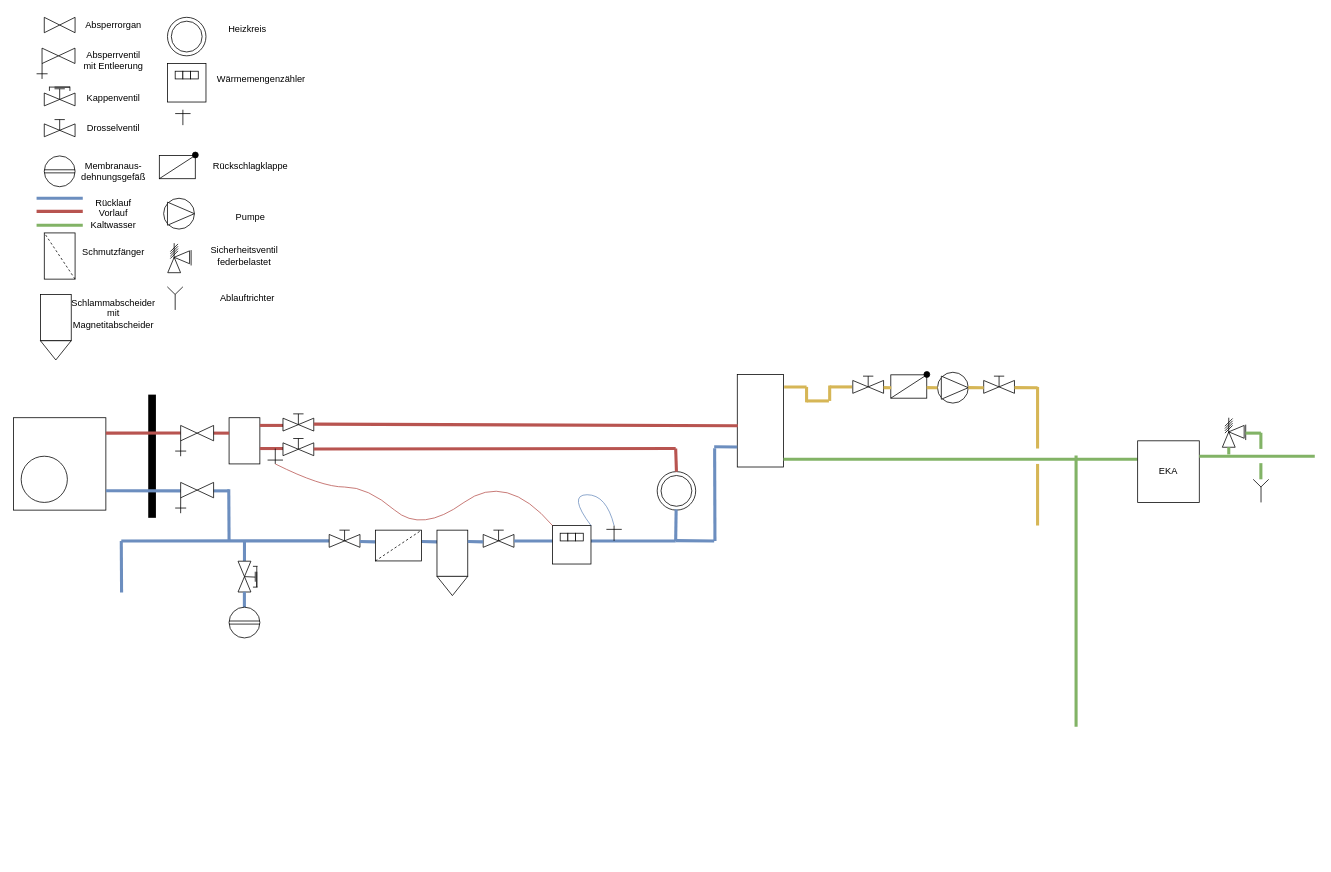
Before: hydraulik.drawio in eddi0815/socket2, a draw.io diagram. Source tidied: cells renumbered, new cells numbered last; positions are measured from the earlier drawing's top-left corner, leaving out a move shared by most shapes. Both pictures are drawn from the tidied source at 77%, with x=0, y=0 at pixel (13, 13).
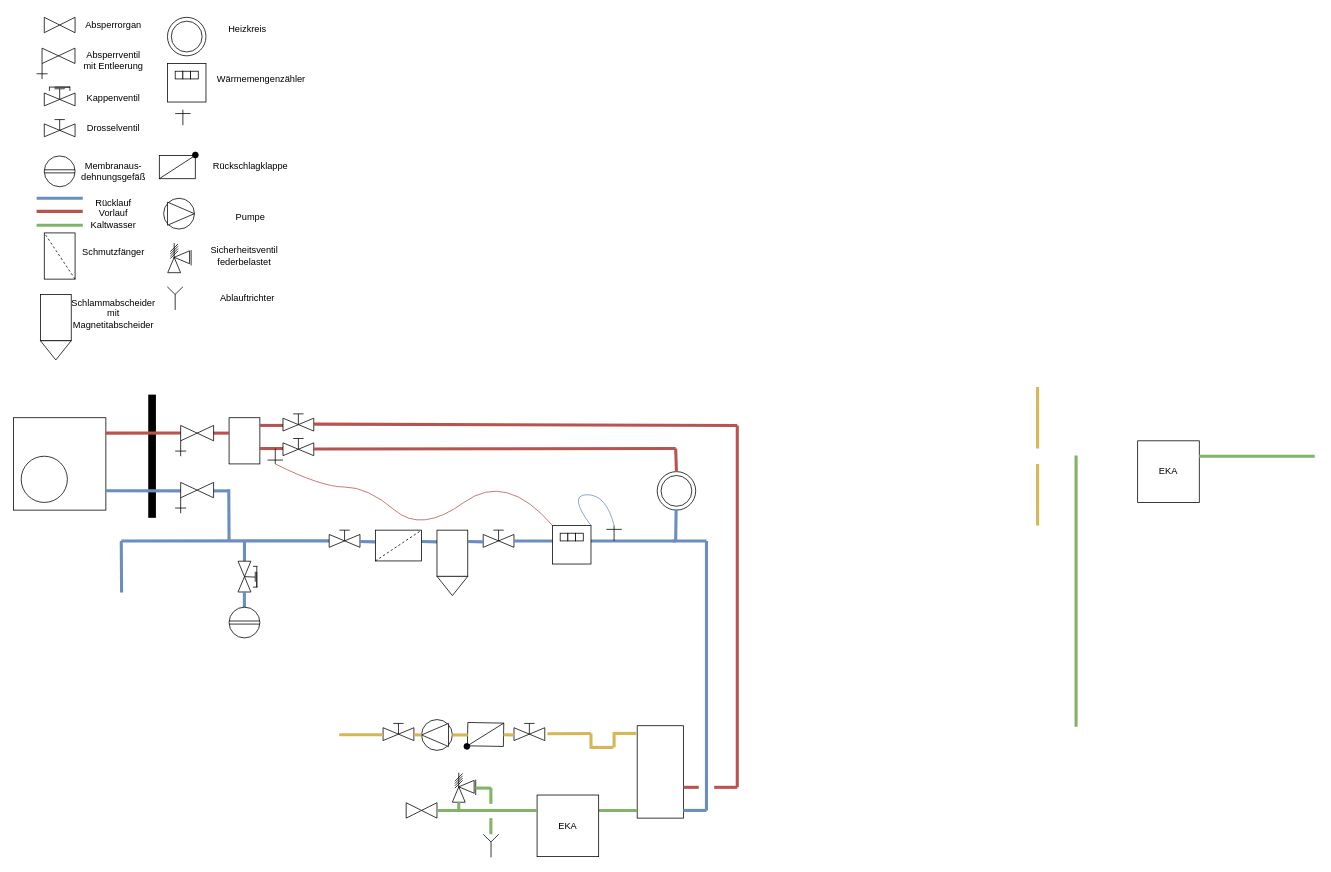
The same page after the edit.

The change refers to these unchanged cells:
```xml
<mxCell id="183" style="triangle;whiteSpace=wrap;html=1;rotation=-180;" parent="181" vertex="1">
  <mxGeometry x="20" width="20" height="16.7" as="geometry" />
</mxCell>
```

Diff of the diagram source:
```diff
@@
     <mxCell id="121" style="rounded=0;whiteSpace=wrap;html=1;rotation=90;" parent="1" vertex="1">
-      <mxGeometry x="910" y="499" width="120" height="60" as="geometry" />
+      <mxGeometry x="780" y="955" width="120" height="60" as="geometry" />
     </mxCell>
-    <mxCell id="122" style="endArrow=none;html=1;rounded=0;jumpSize=6;strokeWidth=4;fillColor=#f8cecc;strokeColor=#b85450;entryX=0.554;entryY=0.988;entryDx=0;entryDy=0;entryPerimeter=0;" parent="1" edge="1" target="121">
+    <mxCell id="122" style="endArrow=none;html=1;rounded=0;jumpSize=6;strokeWidth=4;fillColor=#f8cecc;strokeColor=#b85450;" parent="1" edge="1">
       <mxGeometry relative="1" as="geometry">
         <mxPoint x="390" y="533.3" as="sourcePoint" />
+        <mxPoint x="940" y="535" as="targetPoint" />
       </mxGeometry>
     </mxCell>
     <mxCell id="123" style="endArrow=none;html=1;rounded=0;jumpSize=6;strokeWidth=4;fillColor=#dae8fc;strokeColor=#6c8ebf;" parent="1" edge="1">
       <mxGeometry relative="1" as="geometry">
-        <mxPoint x="911" y="685" as="sourcePoint" />
-        <mxPoint x="910.6" y="564.5" as="targetPoint" />
+        <mxPoint x="900" y="1035" as="sourcePoint" />
+        <mxPoint x="900" y="685" as="targetPoint" />
       </mxGeometry>
     </mxCell>
-    <mxCell id="124" style="endArrow=none;html=1;rounded=0;jumpSize=6;strokeWidth=4;fillColor=#dae8fc;strokeColor=#6c8ebf;" parent="1" edge="1">
-      <mxGeometry relative="1" as="geometry">
-        <mxPoint x="860" y="684.6" as="sourcePoint" />
-        <mxPoint x="910" y="685" as="targetPoint" />
-      </mxGeometry>
-    </mxCell>
-    <mxCell id="125" style="endArrow=none;html=1;rounded=0;jumpSize=6;strokeWidth=4;fillColor=#dae8fc;strokeColor=#6c8ebf;" parent="1" edge="1">
-      <mxGeometry relative="1" as="geometry">
-        <mxPoint x="910" y="562.7" as="sourcePoint" />
-        <mxPoint x="940" y="563" as="targetPoint" />
-      </mxGeometry>
-    </mxCell>
@@
     <mxCell id="127" style="endArrow=none;html=1;rounded=0;jumpSize=6;strokeWidth=4;fillColor=#d5e8d4;strokeColor=#82b366;" parent="1" edge="1">
       <mxGeometry relative="1" as="geometry">
-        <mxPoint x="1000" y="579" as="sourcePoint" />
-        <mxPoint x="1460" y="579" as="targetPoint" />
+        <mxPoint x="760" y="1035" as="sourcePoint" />
+        <mxPoint x="810" y="1035" as="targetPoint" />
       </mxGeometry>
     </mxCell>
@@
-    <mxCell id="172" style="endArrow=none;html=1;rounded=0;jumpSize=6;strokeWidth=4;fillColor=#fff2cc;strokeColor=#d6b656;entryX=0.134;entryY=-0.015;entryDx=0;entryDy=0;entryPerimeter=0;" parent="1" edge="1" target="121">
-      <mxGeometry relative="1" as="geometry">
-        <mxPoint x="1030" y="485" as="sourcePoint" />
-      </mxGeometry>
-    </mxCell>
     <mxCell id="173" style="group;" parent="1" vertex="1">
-      <mxGeometry x="1090" y="471" width="40" height="22.2" as="geometry" />
+      <mxGeometry x="480" y="922" width="40" height="22.2" as="geometry" />
     </mxCell>
@@
     <mxCell id="180" style="group;" parent="1" vertex="1">
-      <mxGeometry x="1260" y="471" width="40" height="22.2" as="geometry" />
+      <mxGeometry x="650" y="922" width="40" height="22.2" as="geometry" />
     </mxCell>
@@
-    <mxCell id="193" style="group;" parent="1" vertex="1">
-      <mxGeometry x="1140" y="465" width="50" height="35" as="geometry" />
+    <mxCell id="193" style="group;rotation=-179;" parent="1" vertex="1">
+      <mxGeometry x="585" y="921" width="50" height="35" as="geometry" />
     </mxCell>
-    <mxCell id="194" style="group;rotation=0;" parent="193" vertex="1">
-      <mxGeometry y="3.9" width="45.5" height="31.1" as="geometry" />
+    <mxCell id="194" style="group;rotation=-179;" parent="193" vertex="1">
+      <mxGeometry x="5" width="45.5" height="31.1" as="geometry" />
     </mxCell>
-    <mxCell id="195" style="rounded=0;whiteSpace=wrap;html=1;rotation=90;" parent="194" vertex="1">
-      <mxGeometry x="7.6" y="-7.8" width="30.3" height="46.7" as="geometry" />
+    <mxCell id="195" style="rounded=0;whiteSpace=wrap;html=1;rotation=-89;" parent="194" vertex="1">
+      <mxGeometry x="8" y="-8" width="30.3" height="46.7" as="geometry" />
     </mxCell>
@@
-    <mxCell id="197" style="ellipse;whiteSpace=wrap;html=1;fillColor=#000000;" parent="193" vertex="1">
-      <mxGeometry x="42.4" width="7.6" height="7.6" as="geometry" />
+    <mxCell id="197" style="ellipse;whiteSpace=wrap;html=1;fillColor=#000000;rotation=-179;" parent="193" vertex="1">
+      <mxGeometry y="27" width="7.6" height="7.6" as="geometry" />
     </mxCell>
@@
-    <mxCell id="202" style="group;" parent="1" vertex="1">
-      <mxGeometry x="1200" y="466" width="40" height="40" as="geometry" />
+    <mxCell id="202" style="group;rotation=-180;" parent="1" vertex="1">
+      <mxGeometry x="530" y="917" width="40" height="40" as="geometry" />
     </mxCell>
-    <mxCell id="203" style="ellipse;whiteSpace=wrap;html=1;" parent="202" vertex="1">
+    <mxCell id="203" style="ellipse;whiteSpace=wrap;html=1;rotation=-180;" parent="202" vertex="1">
       <mxGeometry width="40" height="40" as="geometry" />
     </mxCell>
-    <mxCell id="204" style="triangle;whiteSpace=wrap;html=1;" parent="202" vertex="1">
-      <mxGeometry x="5" y="5" width="35" height="30" as="geometry" />
+    <mxCell id="204" style="triangle;whiteSpace=wrap;html=1;rotation=-180;" parent="202" vertex="1">
+      <mxGeometry y="5" width="35" height="30" as="geometry" />
     </mxCell>
-    <mxCell id="205" style="endArrow=none;html=1;rounded=0;jumpSize=6;strokeWidth=4;fillColor=#fff2cc;strokeColor=#d6b656;" parent="1" edge="1">
-      <mxGeometry relative="1" as="geometry">
-        <mxPoint x="1030" y="505" as="sourcePoint" />
-        <mxPoint x="1030" y="485" as="targetPoint" />
-      </mxGeometry>
-    </mxCell>
-    <mxCell id="206" style="endArrow=none;html=1;rounded=0;jumpSize=6;strokeWidth=4;fillColor=#fff2cc;strokeColor=#d6b656;" parent="1" edge="1">
-      <mxGeometry relative="1" as="geometry">
-        <mxPoint x="1060" y="503.2" as="sourcePoint" />
-        <mxPoint x="1060" y="483.2" as="targetPoint" />
-      </mxGeometry>
-    </mxCell>
-    <mxCell id="207" style="endArrow=none;html=1;rounded=0;jumpSize=6;strokeWidth=4;fillColor=#fff2cc;strokeColor=#d6b656;entryX=0.134;entryY=-0.015;entryDx=0;entryDy=0;entryPerimeter=0;" parent="1" edge="1">
-      <mxGeometry relative="1" as="geometry">
-        <mxPoint x="1089" y="485" as="sourcePoint" />
-        <mxPoint x="1060" y="485" as="targetPoint" />
-      </mxGeometry>
-    </mxCell>
-    <mxCell id="208" style="endArrow=none;html=1;rounded=0;jumpSize=6;strokeWidth=4;fillColor=#fff2cc;strokeColor=#d6b656;entryX=0.134;entryY=-0.015;entryDx=0;entryDy=0;entryPerimeter=0;" parent="1" edge="1">
-      <mxGeometry relative="1" as="geometry">
-        <mxPoint x="1059" y="503.2" as="sourcePoint" />
-        <mxPoint x="1030" y="503.2" as="targetPoint" />
-      </mxGeometry>
-    </mxCell>
     <mxCell id="209" style="endArrow=none;html=1;rounded=0;jumpSize=6;strokeWidth=4;fillColor=#fff2cc;strokeColor=#d6b656;entryX=0.134;entryY=-0.015;entryDx=0;entryDy=0;entryPerimeter=0;" parent="1" edge="1">
       <mxGeometry relative="1" as="geometry">
-        <mxPoint x="1140" y="486" as="sourcePoint" />
-        <mxPoint x="1130" y="485.9" as="targetPoint" />
+        <mxPoint x="530" y="937" as="sourcePoint" />
+        <mxPoint x="520" y="936.8" as="targetPoint" />
       </mxGeometry>
     </mxCell>
-    <mxCell id="210" style="endArrow=none;html=1;rounded=0;jumpSize=6;strokeWidth=4;fillColor=#fff2cc;strokeColor=#d6b656;entryX=0.134;entryY=-0.015;entryDx=0;entryDy=0;entryPerimeter=0;" parent="1" edge="1">
+    <mxCell id="210" style="endArrow=none;html=1;rounded=0;jumpSize=6;strokeWidth=4;fillColor=#fff2cc;strokeColor=#d6b656;entryX=0;entryY=0.5;entryDx=0;entryDy=0;" parent="1" edge="1" target="203">
       <mxGeometry relative="1" as="geometry">
-        <mxPoint x="1200" y="486" as="sourcePoint" />
-        <mxPoint x="1186" y="485.9" as="targetPoint" />
+        <mxPoint x="590" y="937" as="sourcePoint" />
       </mxGeometry>
     </mxCell>
-    <mxCell id="211" style="endArrow=none;html=1;rounded=0;jumpSize=6;strokeWidth=4;fillColor=#fff2cc;strokeColor=#d6b656;entryX=0.134;entryY=-0.015;entryDx=0;entryDy=0;entryPerimeter=0;" parent="1" edge="1">
+    <mxCell id="211" style="endArrow=none;html=1;rounded=0;jumpSize=6;strokeWidth=4;fillColor=#fff2cc;strokeColor=#d6b656;" parent="1" edge="1" target="195">
       <mxGeometry relative="1" as="geometry">
-        <mxPoint x="1260" y="486" as="sourcePoint" />
-        <mxPoint x="1240" y="485.9" as="targetPoint" />
+        <mxPoint x="650" y="937" as="sourcePoint" />
       </mxGeometry>
     </mxCell>
-    <mxCell id="212" style="endArrow=none;html=1;rounded=0;jumpSize=6;strokeWidth=4;fillColor=#fff2cc;strokeColor=#d6b656;entryX=0.134;entryY=-0.015;entryDx=0;entryDy=0;entryPerimeter=0;" parent="1" edge="1">
-      <mxGeometry relative="1" as="geometry">
-        <mxPoint x="1330" y="486" as="sourcePoint" />
-        <mxPoint x="1300" y="485.9" as="targetPoint" />
-      </mxGeometry>
-    </mxCell>
@@
     <mxCell id="227" style="group;" parent="1" vertex="1">
-      <mxGeometry x="1570" y="525" width="30.3" height="38.3" as="geometry" />
+      <mxGeometry x="570" y="986" width="30.3" height="38.3" as="geometry" />
     </mxCell>
@@
     <mxCell id="237" style="endArrow=none;html=1;rounded=0;jumpSize=6;strokeWidth=4;fillColor=#d5e8d4;strokeColor=#82b366;" parent="1" edge="1">
       <mxGeometry relative="1" as="geometry">
-        <mxPoint x="1620" y="605" as="sourcePoint" />
-        <mxPoint x="1620" y="584" as="targetPoint" />
+        <mxPoint x="620" y="1066" as="sourcePoint" />
+        <mxPoint x="620" y="1045" as="targetPoint" />
       </mxGeometry>
     </mxCell>
     <mxCell id="238" style="endArrow=none;html=1;rounded=0;jumpSize=6;strokeWidth=4;fillColor=#d5e8d4;strokeColor=#82b366;" parent="1" edge="1">
       <mxGeometry relative="1" as="geometry">
-        <mxPoint x="1620" y="565.5" as="sourcePoint" />
-        <mxPoint x="1620" y="544.5" as="targetPoint" />
+        <mxPoint x="620" y="1026.5" as="sourcePoint" />
+        <mxPoint x="620" y="1005.5" as="targetPoint" />
       </mxGeometry>
     </mxCell>
     <mxCell id="239" style="endArrow=none;html=1;rounded=0;jumpSize=6;strokeWidth=4;fillColor=#d5e8d4;strokeColor=#82b366;" parent="1" edge="1">
       <mxGeometry relative="1" as="geometry">
-        <mxPoint x="1620" y="545" as="sourcePoint" />
-        <mxPoint x="1600" y="545" as="targetPoint" />
+        <mxPoint x="620" y="1006" as="sourcePoint" />
+        <mxPoint x="600" y="1006" as="targetPoint" />
       </mxGeometry>
     </mxCell>
@@
     <mxCell id="245" style="group;" parent="1" vertex="1">
-      <mxGeometry x="1610" y="605" width="20.2" height="30" as="geometry" />
+      <mxGeometry x="610" y="1066" width="20.2" height="30" as="geometry" />
     </mxCell>
@@
+    <mxCell id="249" style="group;" parent="1" vertex="1">
+      <mxGeometry x="510" y="1025" width="40" height="20" as="geometry" />
+    </mxCell>
+    <mxCell id="250" style="triangle;whiteSpace=wrap;html=1;" parent="249" vertex="1">
+      <mxGeometry width="20" height="20" as="geometry" />
+    </mxCell>
+    <mxCell id="251" style="triangle;whiteSpace=wrap;html=1;rotation=-180;" parent="249" vertex="1">
+      <mxGeometry x="20" width="20" height="20" as="geometry" />
+    </mxCell>
+    <mxCell id="252" style="endArrow=none;html=1;rounded=0;jumpSize=6;strokeWidth=4;fillColor=#f8cecc;strokeColor=#b85450;" parent="1" edge="1">
+      <mxGeometry relative="1" as="geometry">
+        <mxPoint x="940" y="535" as="sourcePoint" />
+        <mxPoint x="940" y="1005" as="targetPoint" />
+      </mxGeometry>
+    </mxCell>
+    <mxCell id="253" style="endArrow=none;html=1;rounded=0;jumpSize=6;strokeWidth=4;fillColor=#f8cecc;strokeColor=#b85450;" parent="1" edge="1">
+      <mxGeometry relative="1" as="geometry">
+        <mxPoint x="910" y="1005" as="sourcePoint" />
+        <mxPoint x="940" y="1005" as="targetPoint" />
+      </mxGeometry>
+    </mxCell>
+    <mxCell id="254" style="endArrow=none;html=1;rounded=0;jumpSize=6;strokeWidth=4;fillColor=#f8cecc;strokeColor=#b85450;" parent="1" edge="1">
+      <mxGeometry relative="1" as="geometry">
+        <mxPoint x="870" y="1005" as="sourcePoint" />
+        <mxPoint x="890" y="1005" as="targetPoint" />
+      </mxGeometry>
+    </mxCell>
+    <mxCell id="255" style="endArrow=none;html=1;rounded=0;jumpSize=6;strokeWidth=4;fillColor=#dae8fc;strokeColor=#6c8ebf;" parent="1" edge="1">
+      <mxGeometry relative="1" as="geometry">
+        <mxPoint x="870" y="1035" as="sourcePoint" />
+        <mxPoint x="900" y="1035" as="targetPoint" />
+      </mxGeometry>
+    </mxCell>
+    <mxCell id="256" style="endArrow=none;html=1;rounded=0;jumpSize=6;strokeWidth=4;fillColor=#dae8fc;strokeColor=#6c8ebf;" parent="1" edge="1">
+      <mxGeometry relative="1" as="geometry">
+        <mxPoint x="856" y="685" as="sourcePoint" />
+        <mxPoint x="900" y="685" as="targetPoint" />
+      </mxGeometry>
+    </mxCell>
+    <mxCell id="257" style="endArrow=none;html=1;rounded=0;jumpSize=6;strokeWidth=4;fillColor=#fff2cc;strokeColor=#d6b656;entryX=-0.172;entryY=0.538;entryDx=0;entryDy=0;entryPerimeter=0;" parent="1" edge="1" target="183">
+      <mxGeometry relative="1" as="geometry">
+        <mxPoint x="750" y="935" as="sourcePoint" />
+      </mxGeometry>
+    </mxCell>
+    <mxCell id="258" style="endArrow=none;html=1;rounded=0;jumpSize=6;strokeWidth=4;fillColor=#fff2cc;strokeColor=#d6b656;" parent="1" edge="1">
+      <mxGeometry relative="1" as="geometry">
+        <mxPoint x="750" y="955" as="sourcePoint" />
+        <mxPoint x="750" y="935" as="targetPoint" />
+      </mxGeometry>
+    </mxCell>
+    <mxCell id="259" style="endArrow=none;html=1;rounded=0;jumpSize=6;strokeWidth=4;fillColor=#fff2cc;strokeColor=#d6b656;" parent="1" edge="1">
+      <mxGeometry relative="1" as="geometry">
+        <mxPoint x="780" y="953.2" as="sourcePoint" />
+        <mxPoint x="780" y="933.2" as="targetPoint" />
+      </mxGeometry>
+    </mxCell>
+    <mxCell id="260" style="endArrow=none;html=1;rounded=0;jumpSize=6;strokeWidth=4;fillColor=#fff2cc;strokeColor=#d6b656;entryX=0.134;entryY=-0.015;entryDx=0;entryDy=0;entryPerimeter=0;" parent="1" edge="1">
+      <mxGeometry relative="1" as="geometry">
+        <mxPoint x="809" y="935" as="sourcePoint" />
+        <mxPoint x="780" y="935" as="targetPoint" />
+      </mxGeometry>
+    </mxCell>
+    <mxCell id="261" style="endArrow=none;html=1;rounded=0;jumpSize=6;strokeWidth=4;fillColor=#fff2cc;strokeColor=#d6b656;entryX=0.134;entryY=-0.015;entryDx=0;entryDy=0;entryPerimeter=0;" parent="1" edge="1">
+      <mxGeometry relative="1" as="geometry">
+        <mxPoint x="779" y="953.2" as="sourcePoint" />
+        <mxPoint x="750" y="953.2" as="targetPoint" />
+      </mxGeometry>
+    </mxCell>
+    <mxCell id="262" style="endArrow=none;html=1;rounded=0;jumpSize=6;strokeWidth=4;fillColor=#fff2cc;strokeColor=#d6b656;entryX=-0.172;entryY=0.538;entryDx=0;entryDy=0;entryPerimeter=0;" parent="1" edge="1">
+      <mxGeometry relative="1" as="geometry">
+        <mxPoint x="480" y="936.8" as="sourcePoint" />
+        <mxPoint x="423" y="936.8" as="targetPoint" />
+      </mxGeometry>
+    </mxCell>
+    <mxCell id="263" value="EKA" style="whiteSpace=wrap;html=1;" parent="1" vertex="1">
+      <mxGeometry x="680" y="1015" width="80" height="80" as="geometry" />
+    </mxCell>
+    <mxCell id="264" style="endArrow=none;html=1;rounded=0;jumpSize=6;strokeWidth=4;fillColor=#d5e8d4;strokeColor=#82b366;" parent="1" edge="1">
+      <mxGeometry relative="1" as="geometry">
+        <mxPoint x="550" y="1035" as="sourcePoint" />
+        <mxPoint x="680" y="1035" as="targetPoint" />
+      </mxGeometry>
+    </mxCell>
```
